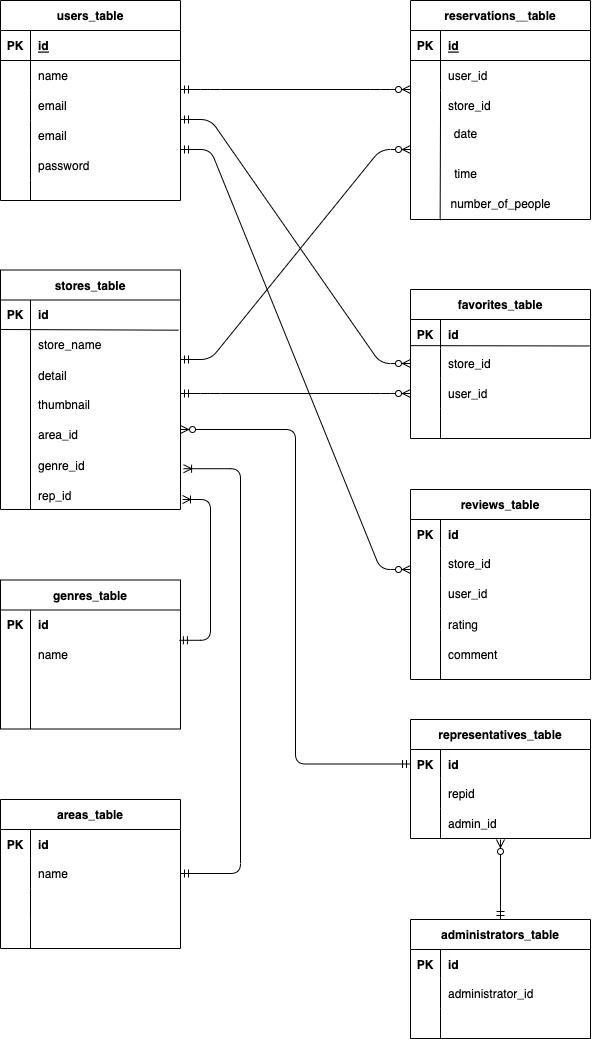
hamakei0089/advanced-case keeps this draw.io diagram as index.drawio.png. Above is the earlier version. Source tidied: cells renumbered, new cells last; positions are measured from the earlier drawing's top-left corner, leaving out a move shared by most shapes.
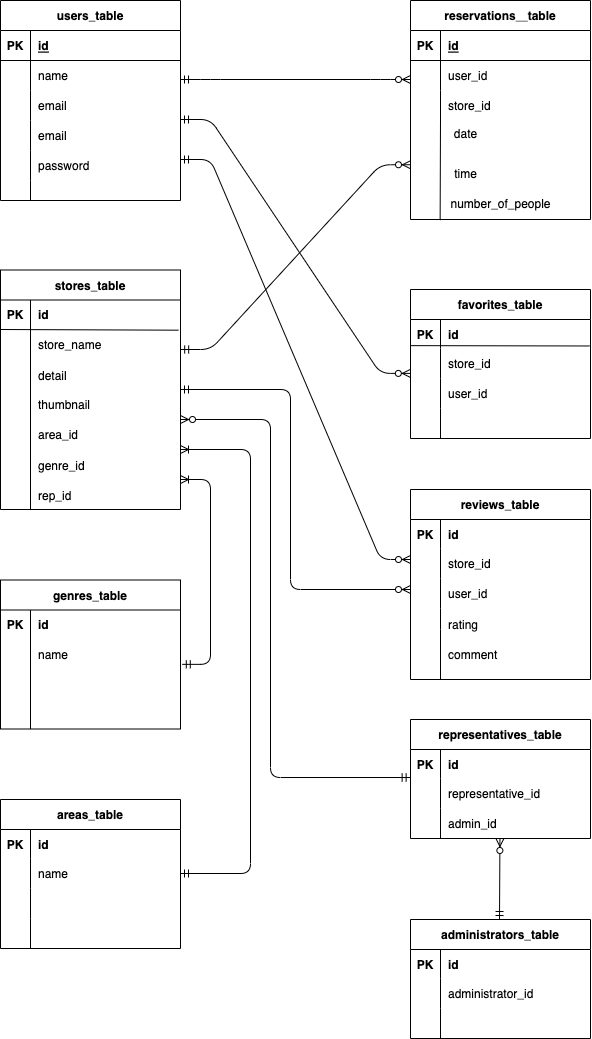
After the change.

What changed in the source:
```diff
@@ -387,7 +387,7 @@
     <mxCell id="126" style="shape=partialRectangle;fillColor=none;top=0;left=0;bottom=0;right=0;overflow=hidden;" parent="125" vertex="1">
       <mxGeometry width="30" height="30" as="geometry" />
     </mxCell>
-    <mxCell id="127" value="repid" style="shape=partialRectangle;fillColor=none;top=0;left=0;bottom=0;right=0;align=left;spacingLeft=6;overflow=hidden;" parent="125" vertex="1">
+    <mxCell id="127" value="representative_id" style="shape=partialRectangle;fillColor=none;top=0;left=0;bottom=0;right=0;align=left;spacingLeft=6;overflow=hidden;" parent="125" vertex="1">
       <mxGeometry x="30" width="150" height="30" as="geometry" />
     </mxCell>
     <mxCell id="128" style="shape=tableRow;horizontal=0;startSize=0;swimlaneHead=0;swimlaneBody=0;fillColor=none;top=0;left=0;right=0;bottom=0;" parent="121" vertex="1">
@@ -399,61 +399,72 @@
     <mxCell id="130" value="admin_id" style="shape=partialRectangle;fillColor=none;top=0;left=0;bottom=0;right=0;align=left;spacingLeft=6;overflow=hidden;" parent="128" vertex="1">
       <mxGeometry x="30" width="150" height="30" as="geometry" />
     </mxCell>
-    <mxCell id="131" style="edgeStyle=entityRelationEdgeStyle;fontSize=12;html=1;endArrow=ERzeroToMany;startArrow=ERmandOne;" parent="1" edge="1">
-      <mxGeometry relative="1" as="geometry">
-        <mxPoint x="180" y="89" as="sourcePoint" />
-        <mxPoint x="410" y="89" as="targetPoint" />
-      </mxGeometry>
-    </mxCell>
-    <mxCell id="132" style="edgeStyle=entityRelationEdgeStyle;fontSize=12;html=1;endArrow=ERzeroToMany;startArrow=ERmandOne;entryX=0;entryY=0.5;entryDx=0;entryDy=0;" parent="1" edge="1" target="50">
-      <mxGeometry relative="1" as="geometry">
-        <mxPoint x="180" y="119" as="sourcePoint" />
-      </mxGeometry>
-    </mxCell>
-    <mxCell id="133" style="edgeStyle=entityRelationEdgeStyle;fontSize=12;html=1;endArrow=ERzeroToMany;startArrow=ERmandOne;" parent="1" edge="1">
-      <mxGeometry relative="1" as="geometry">
-        <mxPoint x="180" y="149" as="sourcePoint" />
-        <mxPoint x="410" y="569" as="targetPoint" />
-      </mxGeometry>
-    </mxCell>
-    <mxCell id="134" style="edgeStyle=entityRelationEdgeStyle;fontSize=12;html=1;endArrow=ERzeroToMany;startArrow=ERmandOne;" parent="1" edge="1">
+    <mxCell id="134" style="fontSize=12;html=1;endArrow=ERoneToMany;startArrow=ERmandOne;edgeStyle=elbowEdgeStyle;exitX=1.01;exitY=0.845;exitDx=0;exitDy=0;exitPerimeter=0;" parent="1" edge="1" source="82">
       <mxGeometry relative="1" as="geometry">
-        <mxPoint x="180" y="359" as="sourcePoint" />
-        <mxPoint x="410" y="149" as="targetPoint" />
+        <mxPoint x="180" y="479" as="targetPoint" />
+        <Array as="points">
+          <mxPoint x="210" y="559" />
+          <mxPoint x="230" y="529" />
+        </Array>
       </mxGeometry>
     </mxCell>
-    <mxCell id="135" style="edgeStyle=entityRelationEdgeStyle;fontSize=12;html=1;endArrow=ERzeroToMany;startArrow=ERmandOne;entryX=0;entryY=0.5;entryDx=0;entryDy=0;" parent="1" edge="1" target="53">
-      <mxGeometry relative="1" as="geometry">
-        <mxPoint x="180" y="393" as="sourcePoint" />
-      </mxGeometry>
-    </mxCell>
-    <mxCell id="136" style="edgeStyle=elbowEdgeStyle;fontSize=12;html=1;endArrow=ERoneToMany;startArrow=ERmandOne;targetPerimeterSpacing=0;endSize=6;exitX=0.994;exitY=0.043;exitDx=0;exitDy=0;exitPerimeter=0;" parent="1" edge="1" source="82">
+    <mxCell id="136" style="fontSize=12;html=1;endArrow=ERoneToMany;startArrow=ERmandOne;edgeStyle=elbowEdgeStyle;exitX=1;exitY=0.5;exitDx=0;exitDy=0;" parent="1" edge="1" source="95">
       <mxGeometry relative="1" as="geometry">
-        <mxPoint x="182" y="499" as="targetPoint" />
+        <mxPoint x="180" y="449" as="targetPoint" />
         <Array as="points">
-          <mxPoint x="210" y="479" />
-          <mxPoint x="240" y="569" />
+          <mxPoint x="250" y="639" />
+          <mxPoint x="288.2" y="569" />
+          <mxPoint x="308.2" y="539" />
         </Array>
       </mxGeometry>
     </mxCell>
-    <mxCell id="137" style="edgeStyle=elbowEdgeStyle;fontSize=12;html=1;endArrow=ERoneToMany;startArrow=ERmandOne;targetPerimeterSpacing=0;endSize=6;exitX=1;exitY=0.5;exitDx=0;exitDy=0;" parent="1" edge="1" source="95">
+    <mxCell id="137" style="fontSize=12;html=1;endArrow=ERzeroToMany;startArrow=ERmandOne;" parent="1" edge="1">
       <mxGeometry relative="1" as="geometry">
-        <mxPoint x="183.1" y="468.2" as="targetPoint" />
-        <Array as="points">
-          <mxPoint x="240" y="669" />
-          <mxPoint x="241.1" y="538.2" />
-        </Array>
+        <mxPoint x="499" y="919" as="sourcePoint" />
+        <mxPoint x="499.4" y="838" as="targetPoint" />
       </mxGeometry>
     </mxCell>
-    <mxCell id="138" style="edgeStyle=elbowEdgeStyle;fontSize=12;html=1;endArrow=ERzeroToMany;startArrow=ERmandOne;exitX=0;exitY=0.5;exitDx=0;exitDy=0;" parent="1" edge="1" source="122">
+    <mxCell id="138" style="edgeStyle=elbowEdgeStyle;fontSize=12;html=1;endArrow=ERzeroToMany;startArrow=ERmandOne;elbow=horizontal;exitX=-0.002;exitY=-0.033;exitDx=0;exitDy=0;exitPerimeter=0;" parent="1" edge="1" source="125">
       <mxGeometry relative="1" as="geometry">
-        <mxPoint x="180" y="429" as="targetPoint" />
+        <mxPoint x="180" y="419" as="targetPoint" />
+        <Array as="points">
+          <mxPoint x="270" y="629" />
+          <mxPoint x="290" y="579" />
+        </Array>
       </mxGeometry>
     </mxCell>
-    <mxCell id="139" style="fontSize=12;html=1;endArrow=ERzeroToMany;startArrow=ERmandOne;endSize=6;targetPerimeterSpacing=0;exitX=0.5;exitY=0;exitDx=0;exitDy=0;" parent="1" edge="1" source="111">
-      <mxGeometry relative="1" as="geometry">
-        <mxPoint x="500" y="839" as="targetPoint" />
-      </mxGeometry>
-    </mxCell>
+    <mxCell id="140" style="edgeStyle=entityRelationEdgeStyle;fontSize=12;html=1;endArrow=ERzeroToMany;startArrow=ERmandOne;" parent="1" edge="1">
+      <mxGeometry relative="1" as="geometry">
+        <mxPoint x="180" y="79" as="sourcePoint" />
+        <mxPoint x="410" y="79" as="targetPoint" />
+      </mxGeometry>
+    </mxCell>
+    <mxCell id="141" style="edgeStyle=entityRelationEdgeStyle;fontSize=12;html=1;endArrow=ERzeroToMany;startArrow=ERmandOne;entryX=-0.001;entryY=0.83;entryDx=0;entryDy=0;entryPerimeter=0;" parent="1" edge="1" target="50">
+      <mxGeometry relative="1" as="geometry">
+        <mxPoint x="180" y="119" as="sourcePoint" />
+      </mxGeometry>
+    </mxCell>
+    <mxCell id="142" style="edgeStyle=entityRelationEdgeStyle;fontSize=12;html=1;endArrow=ERzeroToMany;startArrow=ERmandOne;" parent="1" edge="1">
+      <mxGeometry relative="1" as="geometry">
+        <mxPoint x="180" y="159" as="sourcePoint" />
+        <mxPoint x="410" y="559" as="targetPoint" />
+      </mxGeometry>
+    </mxCell>
+    <mxCell id="143" style="edgeStyle=elbowEdgeStyle;fontSize=12;html=1;endArrow=ERzeroToMany;startArrow=ERmandOne;" parent="1" edge="1">
+      <mxGeometry relative="1" as="geometry">
+        <mxPoint x="180" y="389" as="sourcePoint" />
+        <mxPoint x="410" y="589" as="targetPoint" />
+        <Array as="points">
+          <mxPoint x="290" y="439" />
+          <mxPoint x="290" y="619" />
+          <mxPoint x="290" y="439" />
+        </Array>
+      </mxGeometry>
+    </mxCell>
+    <mxCell id="144" style="edgeStyle=entityRelationEdgeStyle;fontSize=12;html=1;endArrow=ERzeroToMany;startArrow=ERmandOne;entryX=0;entryY=0.75;entryDx=0;entryDy=0;" parent="1" edge="1" target="34">
+      <mxGeometry relative="1" as="geometry">
+        <mxPoint x="180.2" y="349" as="sourcePoint" />
+      </mxGeometry>
+    </mxCell>
   </root>
 </mxGraphModel>
```
